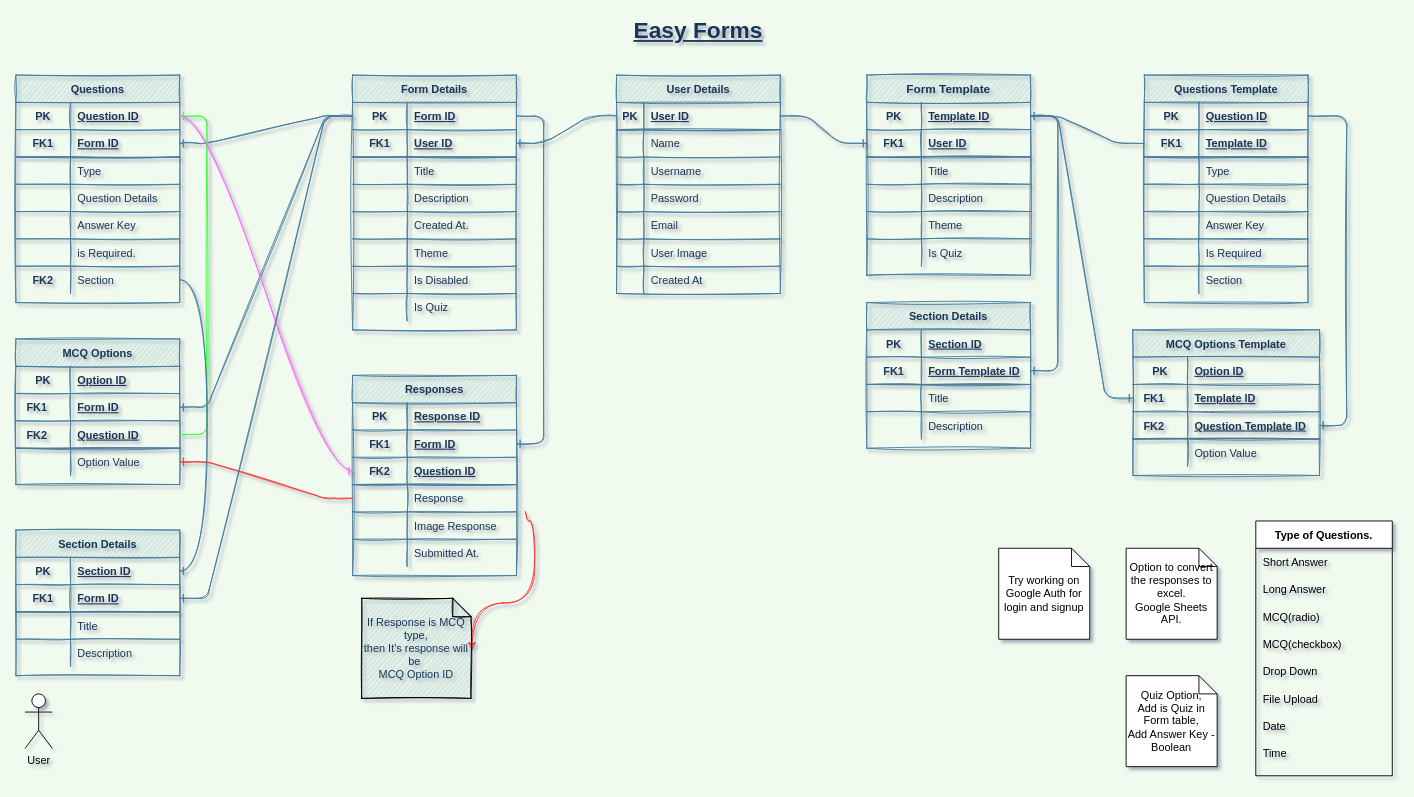
Above: Reference/DB Schema - Easy Forms.drawio in kunalkeshan/easy-forms (draw.io), before the change. Source tidied: cells renumbered, new cells numbered last; positions are measured from the earlier drawing's top-left corner, leaving out a move shared by most shapes. Both pictures are drawn from the tidied source at 91%, with x=0, y=0 at pixel (15, 20).
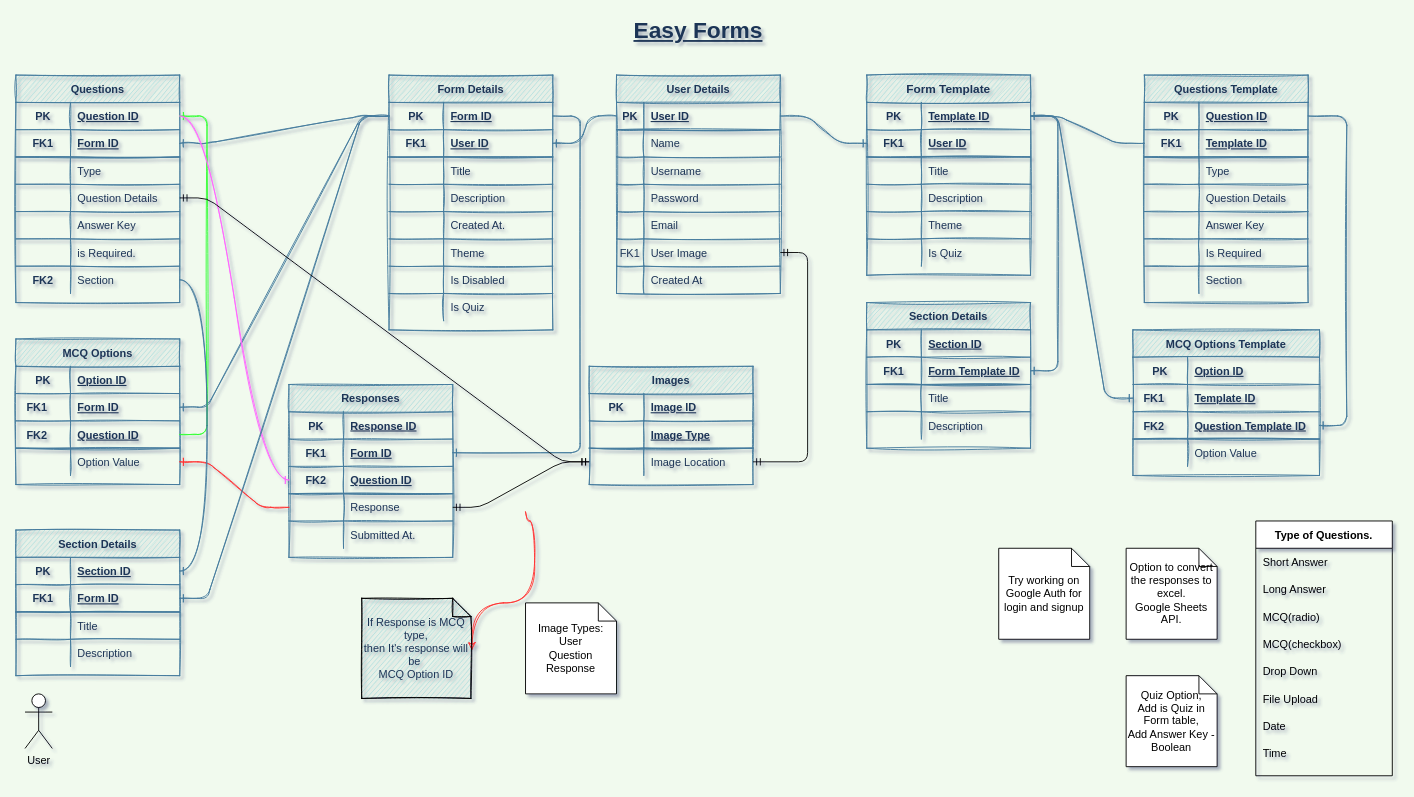
The same diagram, later.

The change refers to these unchanged cells:
```xml
<mxCell id="19" style="shape=partialRectangle;fillColor=none;top=0;left=0;bottom=0;right=0;points=[[0,0.5],[1,0.5]];portConstraint=eastwest;strokeColor=#457B9D;fontColor=#1D3557;sketch=1;" parent="3" vertex="1">
  <mxGeometry y="180" width="180" height="30" as="geometry" />
</mxCell>
<mxCell id="61" style="shape=partialRectangle;fillColor=none;top=0;left=0;bottom=0;right=0;points=[[0,0.5],[1,0.5]];portConstraint=eastwest;strokeColor=#457B9D;fontColor=#1D3557;sketch=1;" parent="51" vertex="1">
  <mxGeometry y="120" width="180" height="30" as="geometry" />
</mxCell>
<mxCell id="116" style="shape=partialRectangle;fillColor=none;top=0;left=0;bottom=0;right=0;points=[[0,0.5],[1,0.5]];portConstraint=eastwest;strokeColor=#457B9D;fontColor=#1D3557;sketch=1;" parent="106" vertex="1">
  <mxGeometry y="120" width="180" height="30" as="geometry" />
</mxCell>
```

Change to the diagram source:
```diff
@@
-    <mxCell id="20" style="shape=partialRectangle;fillColor=none;top=0;left=0;bottom=0;right=0;overflow=hidden;strokeColor=#457B9D;fontColor=#1D3557;sketch=1;" parent="19" vertex="1">
+    <mxCell id="20" value="FK1" style="shape=partialRectangle;fillColor=none;top=0;left=0;bottom=0;right=0;overflow=hidden;strokeColor=#457B9D;fontColor=#1D3557;sketch=1;" parent="19" vertex="1">
       <mxGeometry width="30" height="30" as="geometry" />
     </mxCell>
@@
     <mxCell id="25" value="Form Details" style="shape=table;startSize=30;childLayout=tableLayout;rowLines=1;fontStyle=1;align=center;fillColor=#A8DADC;strokeColor=#457B9D;fontColor=#1D3557;sketch=1;" parent="1" vertex="1">
-      <mxGeometry x="370" y="60" width="180" height="280" as="geometry" />
+      <mxGeometry x="410" y="60" width="180" height="280" as="geometry" />
     </mxCell>
@@
     <mxCell id="51" value="Responses" style="shape=table;startSize=30;childLayout=tableLayout;rowLines=1;fontStyle=1;align=center;fillColor=#A8DADC;strokeColor=#457B9D;fontColor=#1D3557;sketch=1;" parent="1" vertex="1">
-      <mxGeometry x="370" y="390" width="180" height="220" as="geometry" />
+      <mxGeometry x="300" y="400" width="180" height="190" as="geometry" />
     </mxCell>
@@
-    <mxCell id="64" style="shape=partialRectangle;fillColor=none;top=0;left=0;bottom=0;right=0;strokeColor=#457B9D;fontColor=#1D3557;sketch=1;" parent="51" vertex="1">
-      <mxGeometry y="150" width="180" height="30" as="geometry" />
-    </mxCell>
-    <mxCell id="65" style="shape=partialRectangle;fillColor=none;top=0;left=0;bottom=0;right=0;overflow=hidden;strokeColor=#457B9D;fontColor=#1D3557;sketch=1;" parent="64" vertex="1">
-      <mxGeometry width="60" height="30" as="geometry" />
-    </mxCell>
-    <mxCell id="66" value="Image Response" style="shape=partialRectangle;fillColor=none;top=0;left=0;bottom=0;right=0;align=left;spacingLeft=6;overflow=hidden;strokeColor=#457B9D;fontColor=#1D3557;sketch=1;" parent="64" vertex="1">
-      <mxGeometry x="60" width="120" height="30" as="geometry" />
-    </mxCell>
     <mxCell id="67" style="shape=partialRectangle;fillColor=none;top=0;left=0;bottom=0;right=0;strokeColor=#457B9D;fontColor=#1D3557;sketch=1;" parent="51" vertex="1">
-      <mxGeometry y="180" width="180" height="30" as="geometry" />
+      <mxGeometry y="150" width="180" height="30" as="geometry" />
     </mxCell>
@@
+    <mxCell id="221" value="Images" style="shape=table;startSize=30;childLayout=tableLayout;rowLines=1;fontStyle=1;align=center;fillColor=#A8DADC;strokeColor=#457B9D;fontColor=#1D3557;sketch=1;" parent="1" vertex="1">
+      <mxGeometry x="630" y="380" width="180" height="130" as="geometry" />
+    </mxCell>
+    <mxCell id="222" style="shape=partialRectangle;fillColor=none;top=0;left=0;bottom=0;right=0;strokeColor=#457B9D;fontColor=#1D3557;sketch=1;" parent="221" vertex="1">
+      <mxGeometry y="30" width="180" height="30" as="geometry" />
+    </mxCell>
+    <mxCell id="223" value="PK" style="shape=partialRectangle;fillColor=none;top=0;left=0;bottom=0;right=0;fontStyle=1;overflow=hidden;strokeColor=#457B9D;fontColor=#1D3557;sketch=1;" parent="222" vertex="1">
+      <mxGeometry width="60" height="30" as="geometry" />
+    </mxCell>
+    <mxCell id="224" value="Image ID" style="shape=partialRectangle;fillColor=none;top=0;left=0;bottom=0;right=0;align=left;spacingLeft=6;fontStyle=5;overflow=hidden;strokeColor=#457B9D;fontColor=#1D3557;sketch=1;" parent="222" vertex="1">
+      <mxGeometry x="60" width="120" height="30" as="geometry" />
+    </mxCell>
+    <mxCell id="225" style="shape=partialRectangle;fillColor=none;top=0;left=0;bottom=1;right=0;strokeColor=#457B9D;fontColor=#1D3557;sketch=1;" parent="221" vertex="1">
+      <mxGeometry y="60" width="180" height="30" as="geometry" />
+    </mxCell>
+    <mxCell id="226" style="shape=partialRectangle;fillColor=none;top=0;left=0;bottom=0;right=0;fontStyle=1;overflow=hidden;strokeColor=#457B9D;fontColor=#1D3557;sketch=1;" parent="225" vertex="1">
+      <mxGeometry width="60" height="30" as="geometry" />
+    </mxCell>
+    <mxCell id="227" value="Image Type" style="shape=partialRectangle;fillColor=none;top=0;left=0;bottom=0;right=0;align=left;spacingLeft=6;fontStyle=5;overflow=hidden;strokeColor=#457B9D;fontColor=#1D3557;sketch=1;" parent="225" vertex="1">
+      <mxGeometry x="60" width="120" height="30" as="geometry" />
+    </mxCell>
+    <mxCell id="228" style="shape=partialRectangle;fillColor=none;top=0;left=0;bottom=0;right=0;points=[[0,0.5],[1,0.5]];portConstraint=eastwest;strokeColor=#457B9D;fontColor=#1D3557;sketch=1;" parent="221" vertex="1">
+      <mxGeometry y="90" width="180" height="30" as="geometry" />
+    </mxCell>
+    <mxCell id="65" style="shape=partialRectangle;fillColor=none;top=0;left=0;bottom=0;right=0;overflow=hidden;strokeColor=#457B9D;fontColor=#1D3557;sketch=1;" parent="228" vertex="1">
+      <mxGeometry width="60" height="30" as="geometry" />
+    </mxCell>
+    <mxCell id="229" value="Image Location" style="shape=partialRectangle;fillColor=none;top=0;left=0;bottom=0;right=0;align=left;spacingLeft=6;overflow=hidden;strokeColor=#457B9D;fontColor=#1D3557;sketch=1;" parent="228" vertex="1">
+      <mxGeometry x="60" width="120" height="30" as="geometry" />
+    </mxCell>
+    <mxCell id="230" style="edgeStyle=entityRelationEdgeStyle;fontSize=12;html=1;endArrow=ERmandOne;startArrow=ERmandOne;" parent="1" edge="1" source="61" target="228">
+      <mxGeometry relative="1" as="geometry" />
+    </mxCell>
+    <mxCell id="231" value="Image Types:&lt;br&gt;User&lt;br&gt;Question&lt;br&gt;Response" style="shape=note;size=20;whiteSpace=wrap;html=1;" parent="1" vertex="1">
+      <mxGeometry x="560" y="640" width="100" height="100" as="geometry" />
+    </mxCell>
+    <mxCell id="232" style="edgeStyle=entityRelationEdgeStyle;fontSize=12;html=1;endArrow=ERmandOne;startArrow=ERmandOne;" parent="1" edge="1" source="19" target="228">
+      <mxGeometry relative="1" as="geometry" />
+    </mxCell>
+    <mxCell id="233" style="edgeStyle=entityRelationEdgeStyle;fontSize=12;html=1;endArrow=ERmandOne;startArrow=ERmandOne;" parent="1" edge="1" source="116" target="228">
+      <mxGeometry relative="1" as="geometry" />
+    </mxCell>
```
